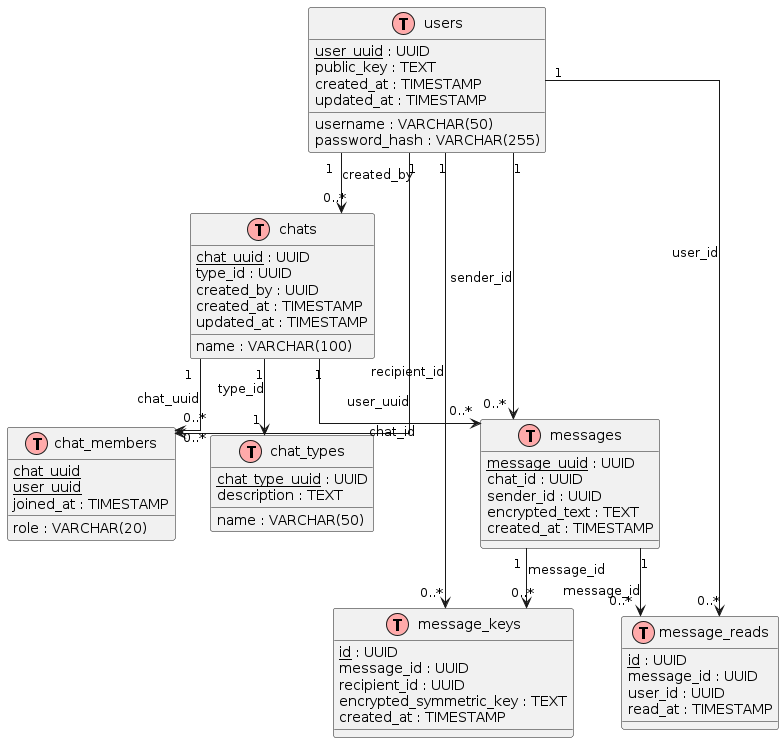
This is docs/db.png from sbilibin2017/bil-message, a PlantUML export, as it was before one commit.
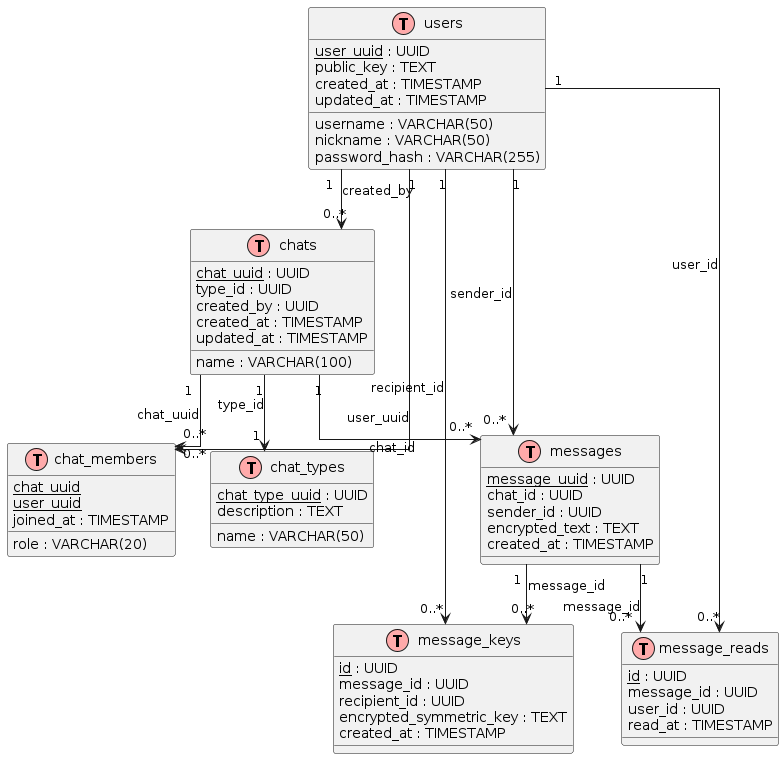
Above is the later version.

Diff of the diagram source:
```diff
@@ -6,6 +6,7 @@
 table(users) {
     <u>user_uuid</u> : UUID
     username : VARCHAR(50)
+    nickname : VARCHAR(50)
     password_hash : VARCHAR(255)
     public_key : TEXT
     created_at : TIMESTAMP
```
